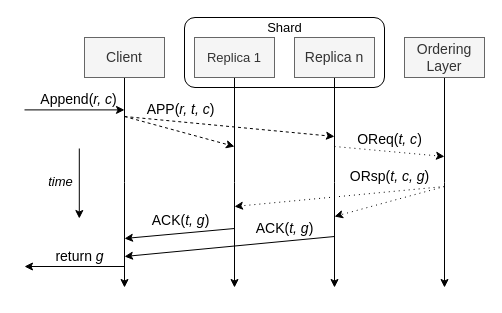
The draw.io diagram docs/Flow_Append.drawio in nathanieltornow/PMLog, before the edit. Source tidied: cells renumbered, new cells numbered last; positions are measured from the earlier drawing's top-left corner, leaving out a move shared by most shapes. Both pictures are drawn from the tidied source at 100%, with x=0, y=0 at pixel (24, 17).
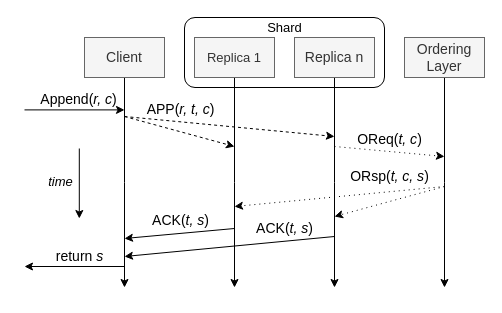
After the change.

Diff of the diagram source:
```diff
@@
-    <mxCell id="20" value="ORsp(&lt;i&gt;t, c, g&lt;/i&gt;)" style="text;html=1;align=center;verticalAlign=middle;strokeColor=none;fillColor=none;fontSize=14;" parent="1" vertex="1">
+    <mxCell id="20" value="ORsp(&lt;i&gt;t, c, s&lt;/i&gt;)" style="text;html=1;align=center;verticalAlign=middle;strokeColor=none;fillColor=none;fontSize=14;" parent="1" vertex="1">
       <mxGeometry x="320" y="149" width="90" height="20" as="geometry" />
     </mxCell>
@@
-    <mxCell id="23" value="ACK(&lt;i&gt;t, g&lt;/i&gt;)" style="text;html=1;align=center;verticalAlign=middle;strokeColor=none;fillColor=none;fontSize=14;" parent="1" vertex="1">
+    <mxCell id="23" value="ACK(&lt;i&gt;t, s&lt;/i&gt;)" style="text;html=1;align=center;verticalAlign=middle;strokeColor=none;fillColor=none;fontSize=14;" parent="1" vertex="1">
       <mxGeometry x="121" y="193" width="70" height="20" as="geometry" />
     </mxCell>
@@
-    <mxCell id="25" value="ACK(&lt;i&gt;t, g&lt;/i&gt;)" style="text;html=1;align=center;verticalAlign=middle;strokeColor=none;fillColor=none;fontSize=14;" parent="1" vertex="1">
+    <mxCell id="25" value="ACK(&lt;i&gt;t, s&lt;/i&gt;)" style="text;html=1;align=center;verticalAlign=middle;strokeColor=none;fillColor=none;fontSize=14;" parent="1" vertex="1">
       <mxGeometry x="225" y="201" width="70" height="20" as="geometry" />
     </mxCell>
@@
-    <mxCell id="27" value="return &lt;i&gt;g&lt;/i&gt;" style="text;html=1;align=center;verticalAlign=middle;strokeColor=none;fillColor=none;fontSize=14;" parent="1" vertex="1">
+    <mxCell id="27" value="return &lt;i&gt;s&lt;/i&gt;" style="text;html=1;align=center;verticalAlign=middle;strokeColor=none;fillColor=none;fontSize=14;" parent="1" vertex="1">
       <mxGeometry x="25" y="229" width="60" height="20" as="geometry" />
     </mxCell>
```
